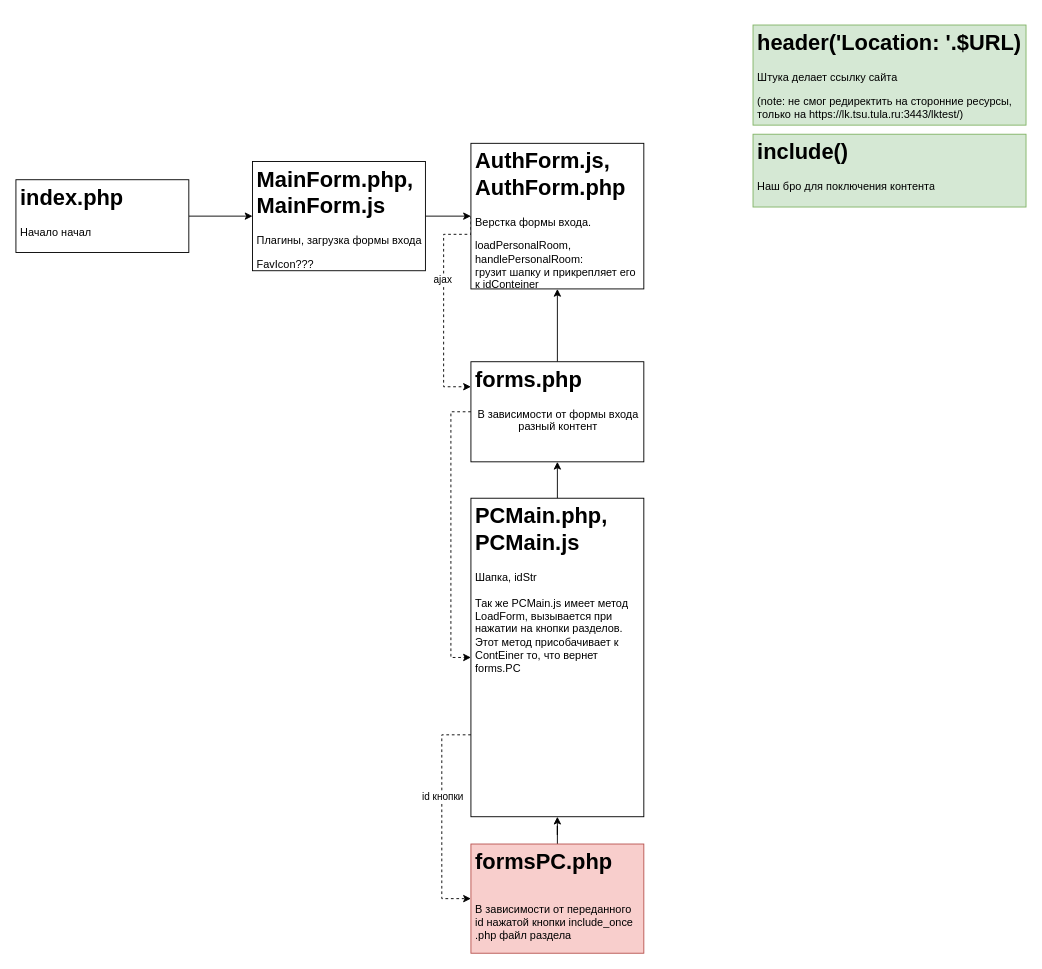
Before: LKflow.drawio in iwannabekoshka/diagrams, a draw.io diagram. Source tidied: cells renumbered, new cells numbered last; positions are measured from the earlier drawing's top-left corner, leaving out a move shared by most shapes. Both pictures are drawn from the tidied source at 91%, with x=0, y=0 at pixel (15, 25).
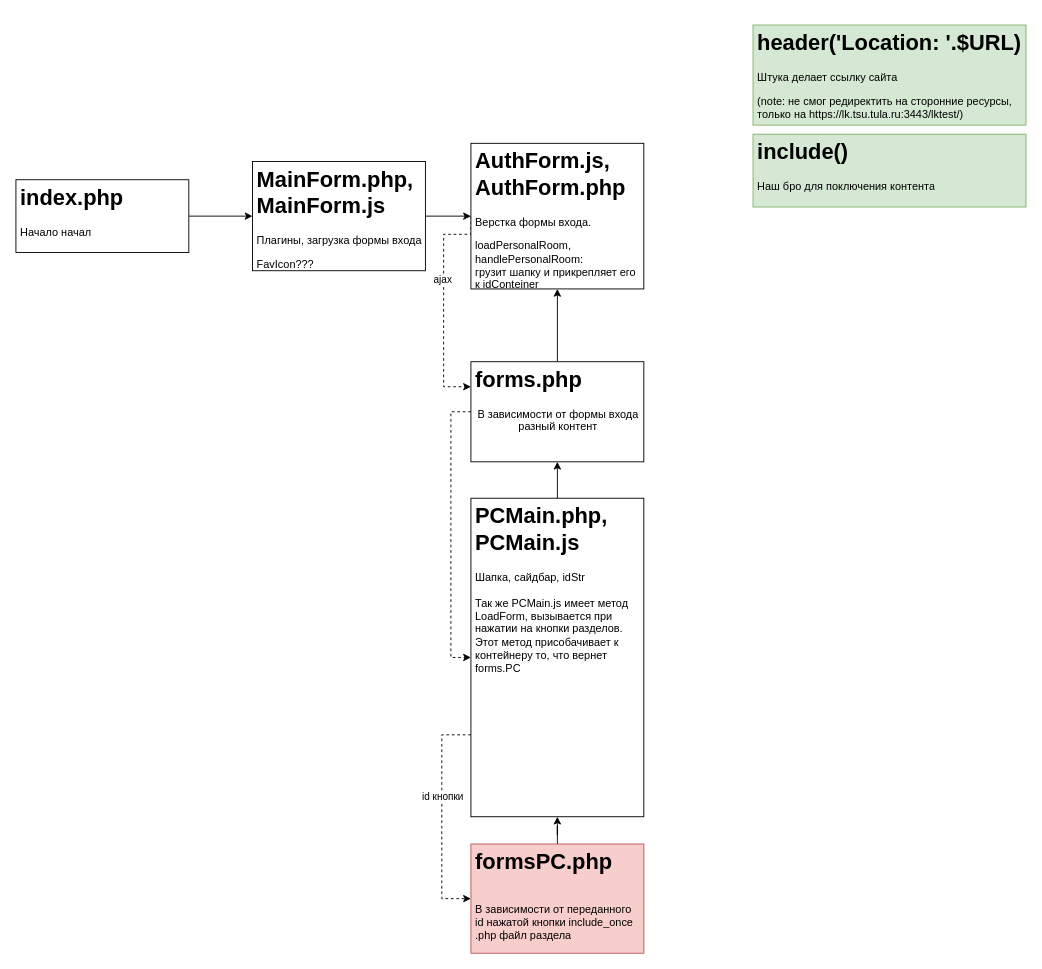
The same diagram, later.

The edit, as a diff of the source:
```diff
@@
-    <mxCell id="15" value="&lt;h1&gt;PCMain.php, PCMain.js&lt;/h1&gt;&lt;div&gt;Шапка, idStr&lt;/div&gt;&lt;div&gt;&lt;br&gt;&lt;/div&gt;&lt;div&gt;Так же PCMain.js имеет метод LoadForm, вызывается при нажатии на кнопки разделов. Этот метод присобачивает к ContEiner то, что вернет forms.PC&amp;nbsp;&amp;nbsp;&lt;/div&gt;" style="text;html=1;spacing=5;spacingTop=-20;whiteSpace=wrap;overflow=hidden;rounded=0;fillColor=#ffffff;strokeColor=#000000;" parent="1" vertex="1">
+    <mxCell id="15" value="&lt;h1&gt;PCMain.php, PCMain.js&lt;/h1&gt;&lt;div&gt;Шапка, сайдбар, idStr&lt;/div&gt;&lt;div&gt;&lt;br&gt;&lt;/div&gt;&lt;div&gt;Так же PCMain.js имеет метод LoadForm, вызывается при нажатии на кнопки разделов. Этот метод присобачивает к контейнеру то, что вернет forms.PC&amp;nbsp;&amp;nbsp;&lt;/div&gt;" style="text;html=1;spacing=5;spacingTop=-20;whiteSpace=wrap;overflow=hidden;rounded=0;fillColor=#ffffff;strokeColor=#000000;" parent="1" vertex="1">
       <mxGeometry x="500" y="520" width="190" height="350" as="geometry" />
     </mxCell>
```
